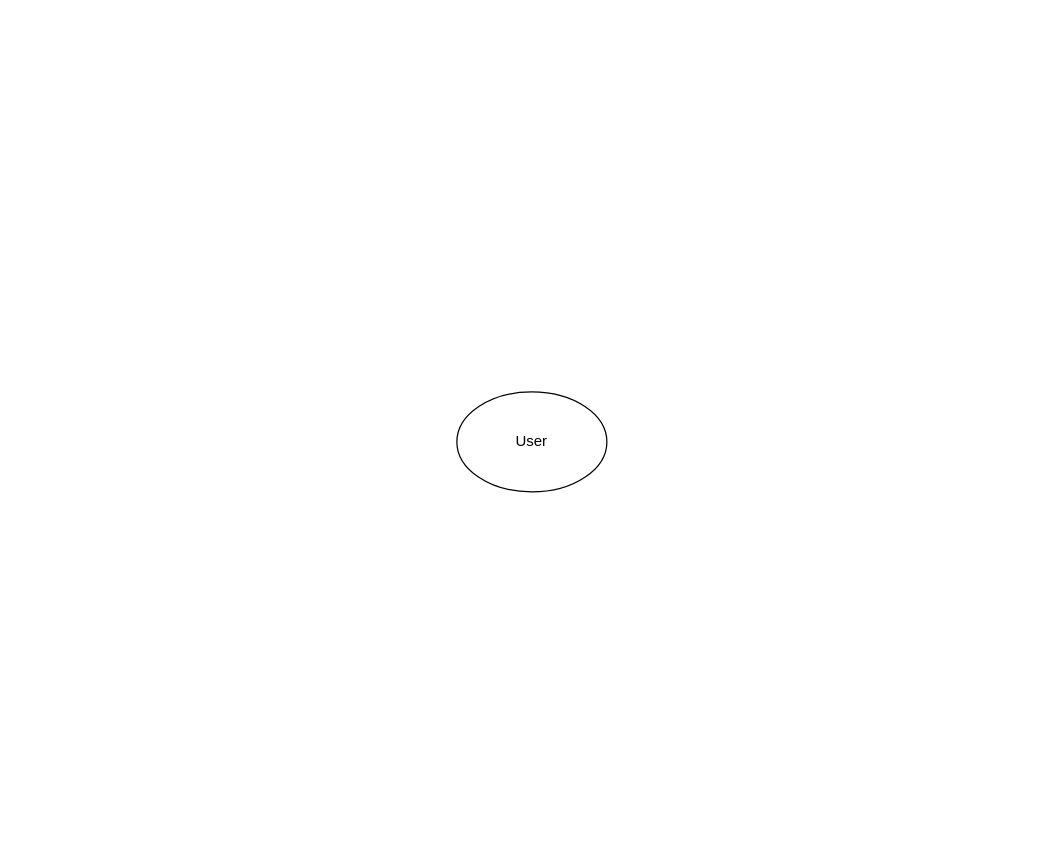
This is Untitled Diagram.drawio from Doorsfan/ClearBnB-Database-Group4, a draw.io file, before an edit. Source tidied: cells renumbered, new cells numbered last; positions are measured from the earlier drawing's top-left corner, leaving out a move shared by most shapes. Both pictures are drawn from the tidied source at 125%, with x=0, y=0 at pixel (456, 391).
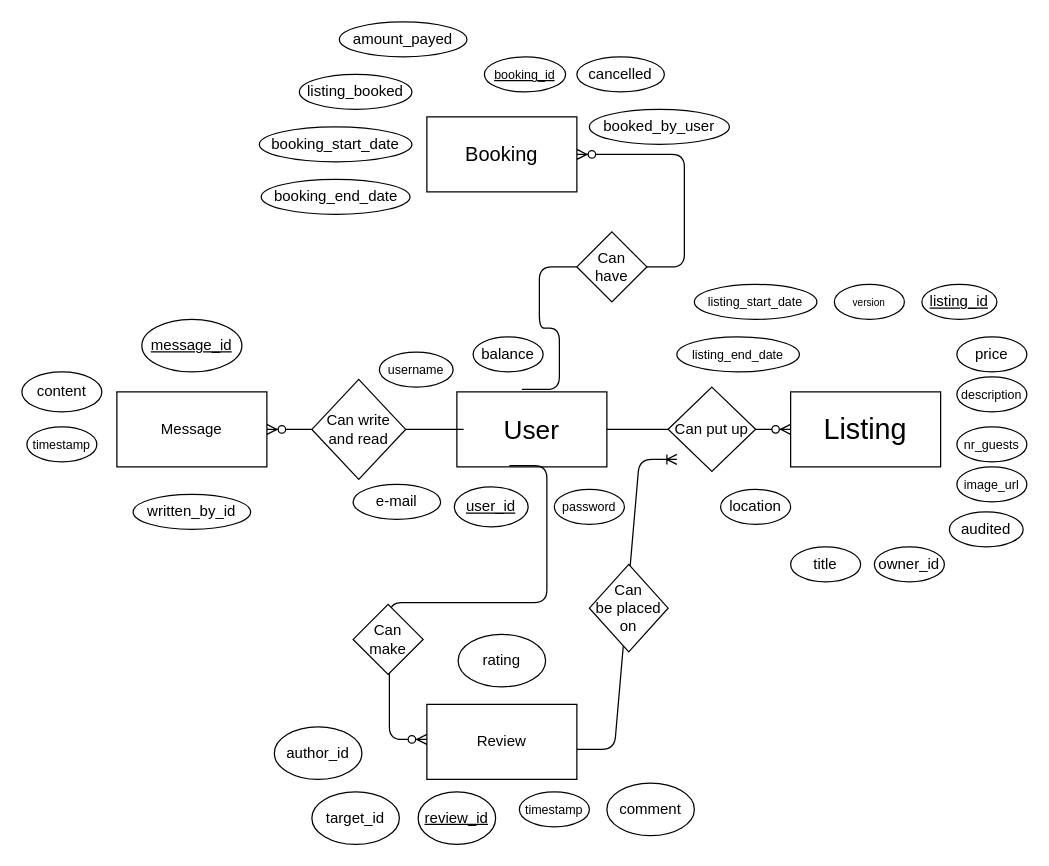
After the change.

Commit message:
ER Diagram Database Group 4

What changed in the source:
```diff
@@
-    <mxCell id="2" value="User" style="ellipse;whiteSpace=wrap;html=1;" parent="1" vertex="1">
-      <mxGeometry width="120" height="80" as="geometry" />
+    <mxCell id="2" value="&lt;font style=&quot;font-size: 21px&quot;&gt;User&lt;/font&gt;" style="rounded=0;whiteSpace=wrap;html=1;" parent="1" vertex="1">
+      <mxGeometry width="120" height="60" as="geometry" />
     </mxCell>
+    <mxCell id="3" value="&lt;font style=&quot;font-size: 16px&quot;&gt;Booking&lt;/font&gt;" style="rounded=0;whiteSpace=wrap;html=1;" parent="1" vertex="1">
+      <mxGeometry x="-24" y="-220" width="120" height="60" as="geometry" />
+    </mxCell>
+    <mxCell id="4" value="&lt;font style=&quot;font-size: 23px&quot;&gt;Listing&lt;/font&gt;" style="rounded=0;whiteSpace=wrap;html=1;" parent="1" vertex="1">
+      <mxGeometry x="267" width="120" height="60" as="geometry" />
+    </mxCell>
+    <mxCell id="5" value="Message" style="rounded=0;whiteSpace=wrap;html=1;" parent="1" vertex="1">
+      <mxGeometry x="-272" width="120" height="60" as="geometry" />
+    </mxCell>
+    <mxCell id="6" value="Review" style="rounded=0;whiteSpace=wrap;html=1;" parent="1" vertex="1">
+      <mxGeometry x="-24" y="250" width="120" height="60" as="geometry" />
+    </mxCell>
+    <mxCell id="7" value="rating" style="ellipse;whiteSpace=wrap;html=1;" parent="1" vertex="1">
+      <mxGeometry x="1" y="194" width="70" height="42" as="geometry" />
+    </mxCell>
+    <mxCell id="8" value="comment" style="ellipse;whiteSpace=wrap;html=1;" parent="1" vertex="1">
+      <mxGeometry x="120" y="313" width="70" height="42" as="geometry" />
+    </mxCell>
+    <mxCell id="9" value="&lt;u&gt;review_id&lt;/u&gt;" style="ellipse;whiteSpace=wrap;html=1;" parent="1" vertex="1">
+      <mxGeometry x="-31" y="320" width="62" height="42" as="geometry" />
+    </mxCell>
+    <mxCell id="10" value="author_id" style="ellipse;whiteSpace=wrap;html=1;" parent="1" vertex="1">
+      <mxGeometry x="-146" y="268" width="70" height="42" as="geometry" />
+    </mxCell>
+    <mxCell id="11" value="target_id" style="ellipse;whiteSpace=wrap;html=1;" parent="1" vertex="1">
+      <mxGeometry x="-116" y="320" width="70" height="42" as="geometry" />
+    </mxCell>
+    <mxCell id="12" value="&lt;font style=&quot;font-size: 10px&quot;&gt;timestamp&lt;/font&gt;" style="ellipse;whiteSpace=wrap;html=1;" parent="1" vertex="1">
+      <mxGeometry x="50" y="320" width="56" height="28" as="geometry" />
+    </mxCell>
+    <mxCell id="13" value="&lt;u&gt;message_id&lt;/u&gt;" style="ellipse;whiteSpace=wrap;html=1;" parent="1" vertex="1">
+      <mxGeometry x="-252" y="-58" width="80" height="42" as="geometry" />
+    </mxCell>
+    <mxCell id="14" value="written_by_id" style="ellipse;whiteSpace=wrap;html=1;" parent="1" vertex="1">
+      <mxGeometry x="-259" y="82" width="94" height="28" as="geometry" />
+    </mxCell>
+    <mxCell id="15" value="content" style="ellipse;whiteSpace=wrap;html=1;" parent="1" vertex="1">
+      <mxGeometry x="-348" y="-16" width="64" height="32" as="geometry" />
+    </mxCell>
+    <mxCell id="16" value="&lt;font style=&quot;font-size: 10px&quot;&gt;timestamp&lt;/font&gt;" style="ellipse;whiteSpace=wrap;html=1;" parent="1" vertex="1">
+      <mxGeometry x="-344" y="28" width="56" height="28" as="geometry" />
+    </mxCell>
+    <mxCell id="17" value="&lt;u&gt;listing_id&lt;/u&gt;" style="ellipse;whiteSpace=wrap;html=1;" parent="1" vertex="1">
+      <mxGeometry x="372" y="-86" width="60" height="28" as="geometry" />
+    </mxCell>
+    <mxCell id="18" value="owner_id" style="ellipse;whiteSpace=wrap;html=1;" parent="1" vertex="1">
+      <mxGeometry x="334" y="124" width="56" height="28" as="geometry" />
+    </mxCell>
+    <mxCell id="19" value="title" style="ellipse;whiteSpace=wrap;html=1;" parent="1" vertex="1">
+      <mxGeometry x="267" y="124" width="56" height="28" as="geometry" />
+    </mxCell>
+    <mxCell id="20" value="location" style="ellipse;whiteSpace=wrap;html=1;" parent="1" vertex="1">
+      <mxGeometry x="211" y="78" width="56" height="28" as="geometry" />
+    </mxCell>
+    <mxCell id="21" value="&lt;font style=&quot;font-size: 10px&quot;&gt;listing_start_date&lt;/font&gt;" style="ellipse;whiteSpace=wrap;html=1;" parent="1" vertex="1">
+      <mxGeometry x="190" y="-86" width="98" height="28" as="geometry" />
+    </mxCell>
+    <mxCell id="22" value="&lt;font style=&quot;font-size: 10px&quot;&gt;listing_end_date&lt;/font&gt;" style="ellipse;whiteSpace=wrap;html=1;" parent="1" vertex="1">
+      <mxGeometry x="176" y="-44" width="98" height="28" as="geometry" />
+    </mxCell>
+    <mxCell id="23" value="&lt;font style=&quot;font-size: 10px&quot;&gt;description&lt;/font&gt;" style="ellipse;whiteSpace=wrap;html=1;" parent="1" vertex="1">
+      <mxGeometry x="400" y="-12" width="56" height="28" as="geometry" />
+    </mxCell>
+    <mxCell id="24" value="&lt;font style=&quot;font-size: 10px&quot;&gt;nr_guests&lt;/font&gt;" style="ellipse;whiteSpace=wrap;html=1;" parent="1" vertex="1">
+      <mxGeometry x="400" y="28" width="56" height="28" as="geometry" />
+    </mxCell>
+    <mxCell id="25" value="&lt;font style=&quot;font-size: 10px&quot;&gt;image_url&lt;/font&gt;" style="ellipse;whiteSpace=wrap;html=1;" parent="1" vertex="1">
+      <mxGeometry x="400" y="60" width="56" height="28" as="geometry" />
+    </mxCell>
+    <mxCell id="26" value="&lt;span style=&quot;font-size: 8px&quot;&gt;version&lt;br&gt;&lt;/span&gt;" style="ellipse;whiteSpace=wrap;html=1;" parent="1" vertex="1">
+      <mxGeometry x="302" y="-86" width="56" height="28" as="geometry" />
+    </mxCell>
+    <mxCell id="27" value="price" style="ellipse;whiteSpace=wrap;html=1;" parent="1" vertex="1">
+      <mxGeometry x="400" y="-44" width="56" height="28" as="geometry" />
+    </mxCell>
+    <mxCell id="28" value="audited" style="ellipse;whiteSpace=wrap;html=1;" parent="1" vertex="1">
+      <mxGeometry x="394" y="96" width="59" height="28" as="geometry" />
+    </mxCell>
+    <mxCell id="29" value="&lt;font style=&quot;font-size: 10px&quot;&gt;&lt;u&gt;booking_id&lt;/u&gt;&lt;/font&gt;" style="ellipse;whiteSpace=wrap;html=1;" parent="1" vertex="1">
+      <mxGeometry x="22" y="-268" width="65" height="28" as="geometry" />
+    </mxCell>
+    <mxCell id="30" value="booked_by_user" style="ellipse;whiteSpace=wrap;html=1;" parent="1" vertex="1">
+      <mxGeometry x="106" y="-226" width="112" height="28" as="geometry" />
+    </mxCell>
+    <mxCell id="31" value="listing_booked" style="ellipse;whiteSpace=wrap;html=1;" parent="1" vertex="1">
+      <mxGeometry x="-126" y="-254" width="90" height="28" as="geometry" />
+    </mxCell>
+    <mxCell id="32" value="booking_start_date" style="ellipse;whiteSpace=wrap;html=1;" parent="1" vertex="1">
+      <mxGeometry x="-158" y="-212" width="122" height="28" as="geometry" />
+    </mxCell>
+    <mxCell id="33" value="booking_end_date" style="ellipse;whiteSpace=wrap;html=1;" parent="1" vertex="1">
+      <mxGeometry x="-156.5" y="-170" width="119" height="28" as="geometry" />
+    </mxCell>
+    <mxCell id="34" value="amount_payed" style="ellipse;whiteSpace=wrap;html=1;" parent="1" vertex="1">
+      <mxGeometry x="-94" y="-296" width="102" height="28" as="geometry" />
+    </mxCell>
+    <mxCell id="35" value="cancelled" style="ellipse;whiteSpace=wrap;html=1;" parent="1" vertex="1">
+      <mxGeometry x="96" y="-268" width="70" height="28" as="geometry" />
+    </mxCell>
+    <mxCell id="36" value="&lt;u&gt;user_id&lt;/u&gt;" style="ellipse;whiteSpace=wrap;html=1;" parent="1" vertex="1">
+      <mxGeometry x="-2" y="76" width="59" height="32" as="geometry" />
+    </mxCell>
+    <mxCell id="37" value="balance" style="ellipse;whiteSpace=wrap;html=1;" parent="1" vertex="1">
+      <mxGeometry x="13" y="-44" width="56" height="28" as="geometry" />
+    </mxCell>
+    <mxCell id="38" value="e-mail" style="ellipse;whiteSpace=wrap;html=1;" parent="1" vertex="1">
+      <mxGeometry x="-83" y="74" width="70" height="28" as="geometry" />
+    </mxCell>
+    <mxCell id="39" value="&lt;font style=&quot;font-size: 10px&quot;&gt;username&lt;/font&gt;" style="ellipse;whiteSpace=wrap;html=1;" parent="1" vertex="1">
+      <mxGeometry x="-62" y="-31.8" width="59" height="28" as="geometry" />
+    </mxCell>
+    <mxCell id="40" value="&lt;font style=&quot;font-size: 10px&quot;&gt;password&lt;/font&gt;" style="ellipse;whiteSpace=wrap;html=1;" parent="1" vertex="1">
+      <mxGeometry x="78" y="78" width="56" height="28" as="geometry" />
+    </mxCell>
+    <mxCell id="41" style="edgeStyle=entityRelationEdgeStyle;fontSize=12;html=1;endArrow=ERzeroToMany;endFill=1;exitX=1;exitY=0.5;exitDx=0;exitDy=0;entryX=0;entryY=0.5;entryDx=0;entryDy=0;startArrow=none;" parent="1" edge="1" source="52" target="4">
+      <mxGeometry relative="1" as="geometry" />
+    </mxCell>
+    <mxCell id="42" style="edgeStyle=entityRelationEdgeStyle;fontSize=12;html=1;endArrow=ERzeroToMany;endFill=1;" parent="1" edge="1">
+      <mxGeometry relative="1" as="geometry">
+        <mxPoint x="42" y="59" as="sourcePoint" />
+        <mxPoint x="-24" y="278" as="targetPoint" />
+      </mxGeometry>
+    </mxCell>
+    <mxCell id="43" style="edgeStyle=entityRelationEdgeStyle;fontSize=12;html=1;endArrow=ERzeroToMany;endFill=1;startArrow=none;" parent="1" edge="1" source="50" target="5">
+      <mxGeometry relative="1" as="geometry" />
+    </mxCell>
+    <mxCell id="44" style="edgeStyle=entityRelationEdgeStyle;fontSize=12;html=1;endArrow=ERzeroToMany;endFill=1;startArrow=none;" parent="1" edge="1" source="45" target="3">
+      <mxGeometry relative="1" as="geometry" />
+    </mxCell>
+    <mxCell id="45" value="Can &lt;br&gt;have" style="rhombus;whiteSpace=wrap;html=1;" parent="1" vertex="1">
+      <mxGeometry x="96" y="-128" width="56" height="56" as="geometry" />
+    </mxCell>
+    <mxCell id="46" style="edgeStyle=entityRelationEdgeStyle;fontSize=12;html=1;endArrow=none;endFill=1;" parent="1" edge="1" target="45">
+      <mxGeometry relative="1" as="geometry">
+        <mxPoint x="52" y="-2" as="sourcePoint" />
+      </mxGeometry>
+    </mxCell>
+    <mxCell id="47" value="Can &lt;br&gt;make" style="rhombus;whiteSpace=wrap;html=1;" parent="1" vertex="1">
+      <mxGeometry x="-83" y="170" width="56" height="56" as="geometry" />
+    </mxCell>
+    <mxCell id="48" style="edgeStyle=entityRelationEdgeStyle;fontSize=12;html=1;endArrow=ERoneToMany;" parent="1" edge="1">
+      <mxGeometry relative="1" as="geometry">
+        <mxPoint x="96" y="286" as="sourcePoint" />
+        <mxPoint x="176" y="54" as="targetPoint" />
+      </mxGeometry>
+    </mxCell>
+    <mxCell id="49" value="Can &lt;br&gt;be placed on" style="rhombus;whiteSpace=wrap;html=1;" parent="1" vertex="1">
+      <mxGeometry x="106" y="138" width="63" height="70" as="geometry" />
+    </mxCell>
+    <mxCell id="50" value="Can write and read" style="rhombus;whiteSpace=wrap;html=1;" parent="1" vertex="1">
+      <mxGeometry x="-116" y="-10" width="75" height="80" as="geometry" />
+    </mxCell>
+    <mxCell id="51" style="edgeStyle=entityRelationEdgeStyle;fontSize=12;html=1;endArrow=none;endFill=1;" parent="1" edge="1" target="50">
+      <mxGeometry relative="1" as="geometry">
+        <mxPoint x="-20" y="30" as="sourcePoint" />
+      </mxGeometry>
+    </mxCell>
+    <mxCell id="52" value="Can put up" style="rhombus;whiteSpace=wrap;html=1;" parent="1" vertex="1">
+      <mxGeometry x="169" y="-3.8" width="70" height="67.5" as="geometry" />
+    </mxCell>
+    <mxCell id="53" style="edgeStyle=entityRelationEdgeStyle;fontSize=12;html=1;endArrow=none;endFill=1;exitX=1;exitY=0.5;exitDx=0;exitDy=0;entryX=0;entryY=0.5;entryDx=0;entryDy=0;" parent="1" edge="1" source="2" target="52">
+      <mxGeometry relative="1" as="geometry" />
+    </mxCell>
```
